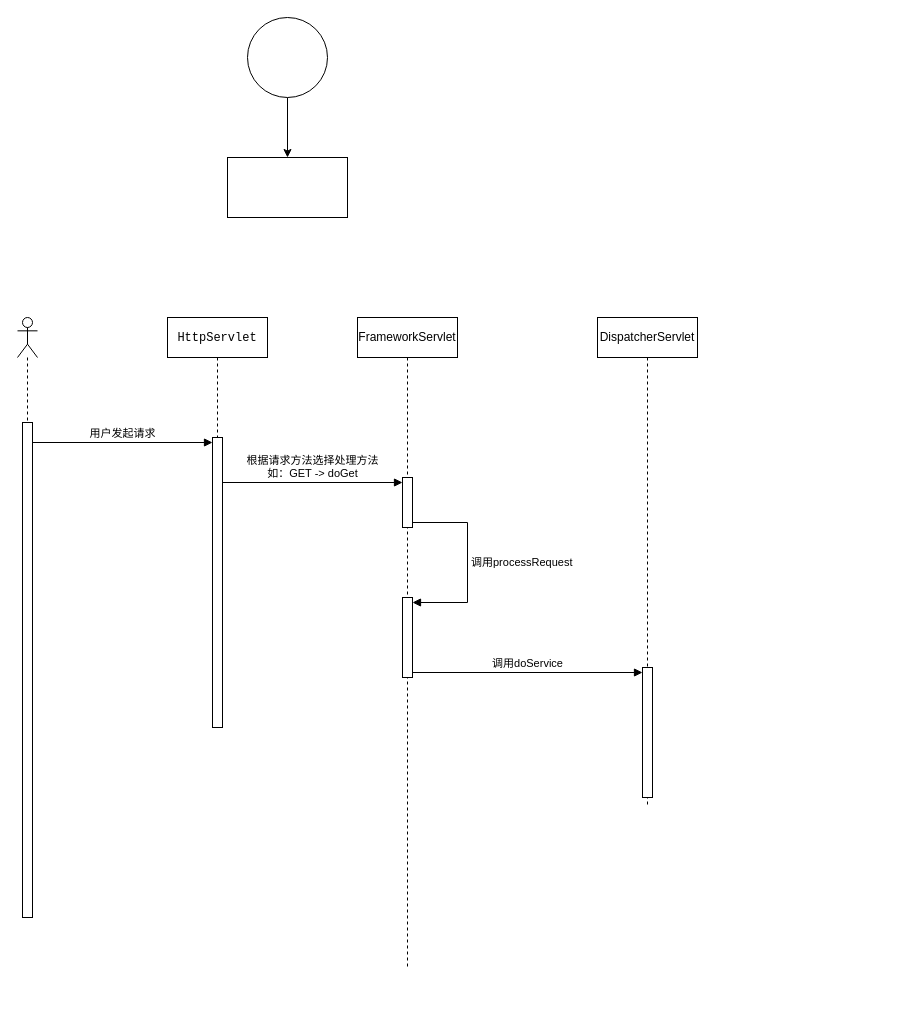
Earlier version of the draw.io diagram page "spring mvc时序图" (1 of 2) of springmvc.drawio (NikolaZhang/niko-files). Source tidied: cells renumbered, new cells numbered last; positions are measured from the earlier drawing's top-left corner, leaving out a move shared by most shapes. Both pictures are drawn from the tidied source at 100%, with x=0, y=0 at pixel (17, 17).
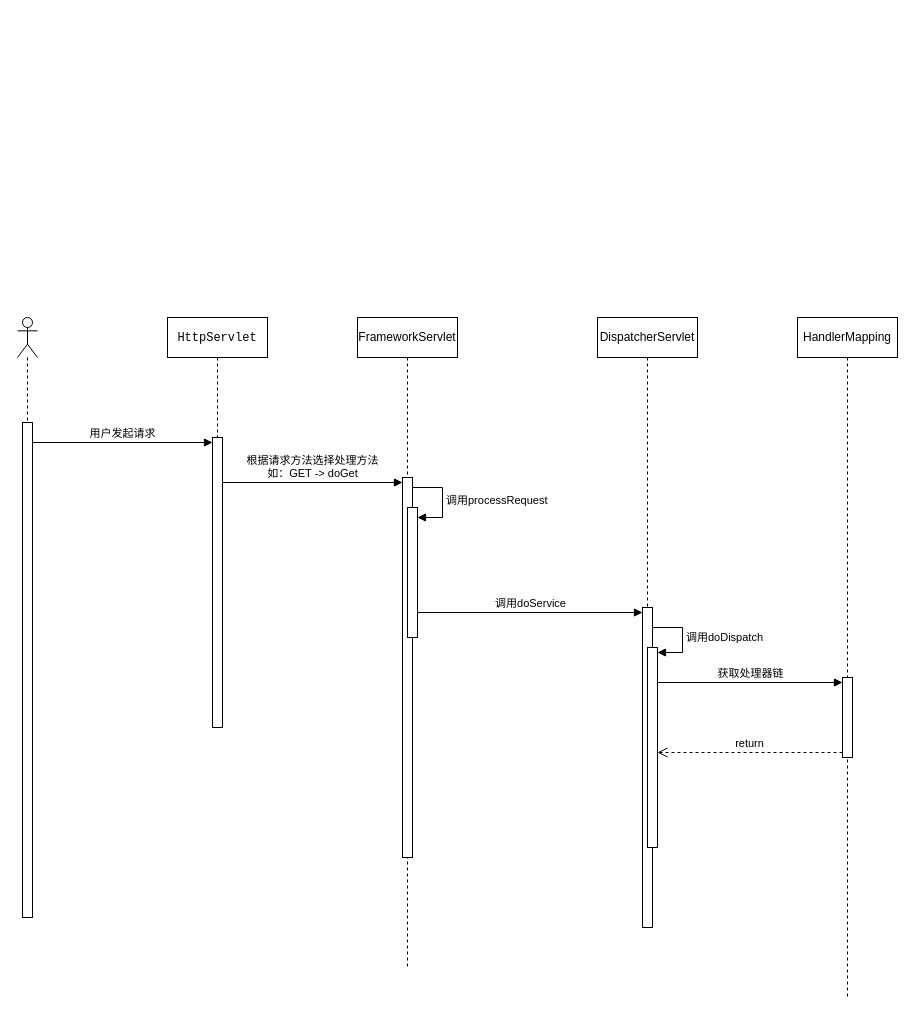
The same diagram, later.

Unchanged cells that the change refers to:
```xml
<mxCell id="10" value="&lt;span style=&quot;white-space: pre;&quot;&gt;FrameworkServlet&lt;/span&gt;" style="shape=umlLifeline;perimeter=lifelinePerimeter;whiteSpace=wrap;html=1;newEdgeStyle={&quot;curved&quot;:0,&quot;rounded&quot;:0};" parent="1" vertex="1">
  <mxGeometry x="340" y="300" width="100" height="650" as="geometry" />
</mxCell>
```

Change to the diagram source:
```diff
@@
-    <mxCell id="2" style="edgeStyle=orthogonalEdgeStyle;rounded=0;jettySize=auto;html=1;" parent="1" edge="1" source="3" target="4">
-      <mxGeometry relative="1" as="geometry" />
-    </mxCell>
-    <mxCell id="3" style="ellipse;whiteSpace=wrap;html=1;" parent="1" vertex="1">
-      <mxGeometry x="230" width="80" height="80" as="geometry" />
-    </mxCell>
-    <mxCell id="4" style="whiteSpace=wrap;html=1;" parent="1" vertex="1">
-      <mxGeometry x="210" y="140" width="120" height="60" as="geometry" />
-    </mxCell>
@@
     <mxCell id="11" style="html=1;points=[[0,0,0,0,5],[0,1,0,0,-5],[1,0,0,0,5],[1,1,0,0,-5]];perimeter=orthogonalPerimeter;outlineConnect=0;targetShapes=umlLifeline;portConstraint=eastwest;newEdgeStyle={&quot;curved&quot;:0,&quot;rounded&quot;:0};" parent="10" vertex="1">
-      <mxGeometry x="45" y="160" width="10" height="50" as="geometry" />
+      <mxGeometry x="45" y="160" width="10" height="380" as="geometry" />
     </mxCell>
@@
-    <mxCell id="13" style="html=1;points=[[0,0,0,0,5],[0,1,0,0,-5],[1,0,0,0,5],[1,1,0,0,-5]];perimeter=orthogonalPerimeter;outlineConnect=0;targetShapes=umlLifeline;portConstraint=eastwest;newEdgeStyle={&quot;curved&quot;:0,&quot;rounded&quot;:0};" parent="10" vertex="1">
-      <mxGeometry x="45" y="280" width="10" height="80" as="geometry" />
-    </mxCell>
+    <mxCell id="18" style="html=1;points=[[0,0,0,0,5],[0,1,0,0,-5],[1,0,0,0,5],[1,1,0,0,-5]];perimeter=orthogonalPerimeter;outlineConnect=0;targetShapes=umlLifeline;portConstraint=eastwest;newEdgeStyle={&quot;curved&quot;:0,&quot;rounded&quot;:0};" parent="10" vertex="1">
+      <mxGeometry x="50" y="190" width="10" height="130" as="geometry" />
+    </mxCell>
-    <mxCell id="14" value="调用processRequest" style="html=1;align=left;spacingLeft=2;endArrow=block;rounded=0;edgeStyle=orthogonalEdgeStyle;curved=0;rounded=0;exitX=1;exitY=1;exitDx=0;exitDy=-5;exitPerimeter=0;entryX=1;entryY=0;entryDx=0;entryDy=5;entryPerimeter=0;" parent="10" edge="1" source="11" target="13">
+    <mxCell id="14" value="调用processRequest" style="html=1;align=left;spacingLeft=2;endArrow=block;rounded=0;edgeStyle=orthogonalEdgeStyle;curved=0;rounded=0;" parent="10" edge="1" target="18">
       <mxGeometry relative="1" as="geometry">
+        <mxPoint x="55" y="170" as="sourcePoint" />
         <Array as="points">
-          <mxPoint x="110" y="205" />
-          <mxPoint x="110" y="285" />
+          <mxPoint x="85" y="200" />
         </Array>
       </mxGeometry>
     </mxCell>
     <mxCell id="15" value="DispatcherServlet" style="shape=umlLifeline;perimeter=lifelinePerimeter;whiteSpace=wrap;html=1;newEdgeStyle={&quot;curved&quot;:0,&quot;rounded&quot;:0};" parent="1" vertex="1">
-      <mxGeometry x="580" y="300" width="100" height="490" as="geometry" />
+      <mxGeometry x="580" y="300" width="100" height="610" as="geometry" />
     </mxCell>
-    <mxCell id="16" style="html=1;points=[[0,0,0,0,5],[0,1,0,0,-5],[1,0,0,0,5],[1,1,0,0,-5]];perimeter=orthogonalPerimeter;outlineConnect=0;targetShapes=umlLifeline;portConstraint=eastwest;newEdgeStyle={&quot;curved&quot;:0,&quot;rounded&quot;:0};" parent="15" vertex="1">
-      <mxGeometry x="45" y="350" width="10" height="130" as="geometry" />
+    <mxCell id="16" style="html=1;points=[[0,0,0,0,5],[0,1,0,0,-5],[1,0,0,0,5],[1,0.23,0,0,0],[1,1,0,0,-5]];perimeter=orthogonalPerimeter;outlineConnect=0;targetShapes=umlLifeline;portConstraint=eastwest;newEdgeStyle={&quot;curved&quot;:0,&quot;rounded&quot;:0};" parent="15" vertex="1">
+      <mxGeometry x="45" y="290" width="10" height="320" as="geometry" />
     </mxCell>
+    <mxCell id="19" style="html=1;points=[[0,0,0,0,5],[0,1,0,0,-5],[1,0,0,0,5],[1,1,0,0,-5]];perimeter=orthogonalPerimeter;outlineConnect=0;targetShapes=umlLifeline;portConstraint=eastwest;newEdgeStyle={&quot;curved&quot;:0,&quot;rounded&quot;:0};" parent="15" vertex="1">
+      <mxGeometry x="50" y="330" width="10" height="200" as="geometry" />
+    </mxCell>
+    <mxCell id="20" value="调用doDispatch" style="html=1;align=left;spacingLeft=2;endArrow=block;rounded=0;edgeStyle=orthogonalEdgeStyle;curved=0;rounded=0;entryX=1;entryY=0;entryDx=0;entryDy=5;entryPerimeter=0;" parent="15" edge="1" source="16" target="19">
+      <mxGeometry relative="1" as="geometry">
+        <Array as="points">
+          <mxPoint x="85" y="310" />
+          <mxPoint x="85" y="335" />
+        </Array>
+      </mxGeometry>
+    </mxCell>
-    <mxCell id="17" value="调用doService" style="html=1;verticalAlign=bottom;endArrow=block;curved=0;rounded=0;exitX=1;exitY=1;exitDx=0;exitDy=-5;exitPerimeter=0;" parent="1" edge="1" source="13" target="16">
+    <mxCell id="17" value="调用doService" style="html=1;verticalAlign=bottom;endArrow=block;curved=0;rounded=0;exitX=1;exitY=0.808;exitDx=0;exitDy=0;exitPerimeter=0;" parent="1" edge="1" source="18" target="16">
       <mxGeometry relative="1" as="geometry" />
     </mxCell>
+    <mxCell id="21" value="HandlerMapping" style="shape=umlLifeline;perimeter=lifelinePerimeter;whiteSpace=wrap;html=1;newEdgeStyle={&quot;curved&quot;:0,&quot;rounded&quot;:0};" parent="1" vertex="1">
+      <mxGeometry x="780" y="300" width="100" height="680" as="geometry" />
+    </mxCell>
+    <mxCell id="22" style="html=1;points=[[0,0,0,0,5],[0,1,0,0,-5],[1,0,0,0,5],[1,1,0,0,-5]];perimeter=orthogonalPerimeter;outlineConnect=0;targetShapes=umlLifeline;portConstraint=eastwest;newEdgeStyle={&quot;curved&quot;:0,&quot;rounded&quot;:0};" parent="21" vertex="1">
+      <mxGeometry x="45" y="360" width="10" height="80" as="geometry" />
+    </mxCell>
+    <mxCell id="23" value="获取处理器链" style="html=1;verticalAlign=bottom;endArrow=block;curved=0;rounded=0;entryX=0;entryY=0;entryDx=0;entryDy=5;" parent="1" edge="1" target="22">
+      <mxGeometry relative="1" as="geometry">
+        <mxPoint x="640" y="665" as="sourcePoint" />
+      </mxGeometry>
+    </mxCell>
+    <mxCell id="24" value="return" style="html=1;verticalAlign=bottom;endArrow=open;dashed=1;endSize=8;curved=0;rounded=0;exitX=0;exitY=1;exitDx=0;exitDy=-5;" parent="1" edge="1" source="22">
+      <mxGeometry relative="1" as="geometry">
+        <mxPoint x="640" y="735" as="targetPoint" />
+      </mxGeometry>
+    </mxCell>
```
